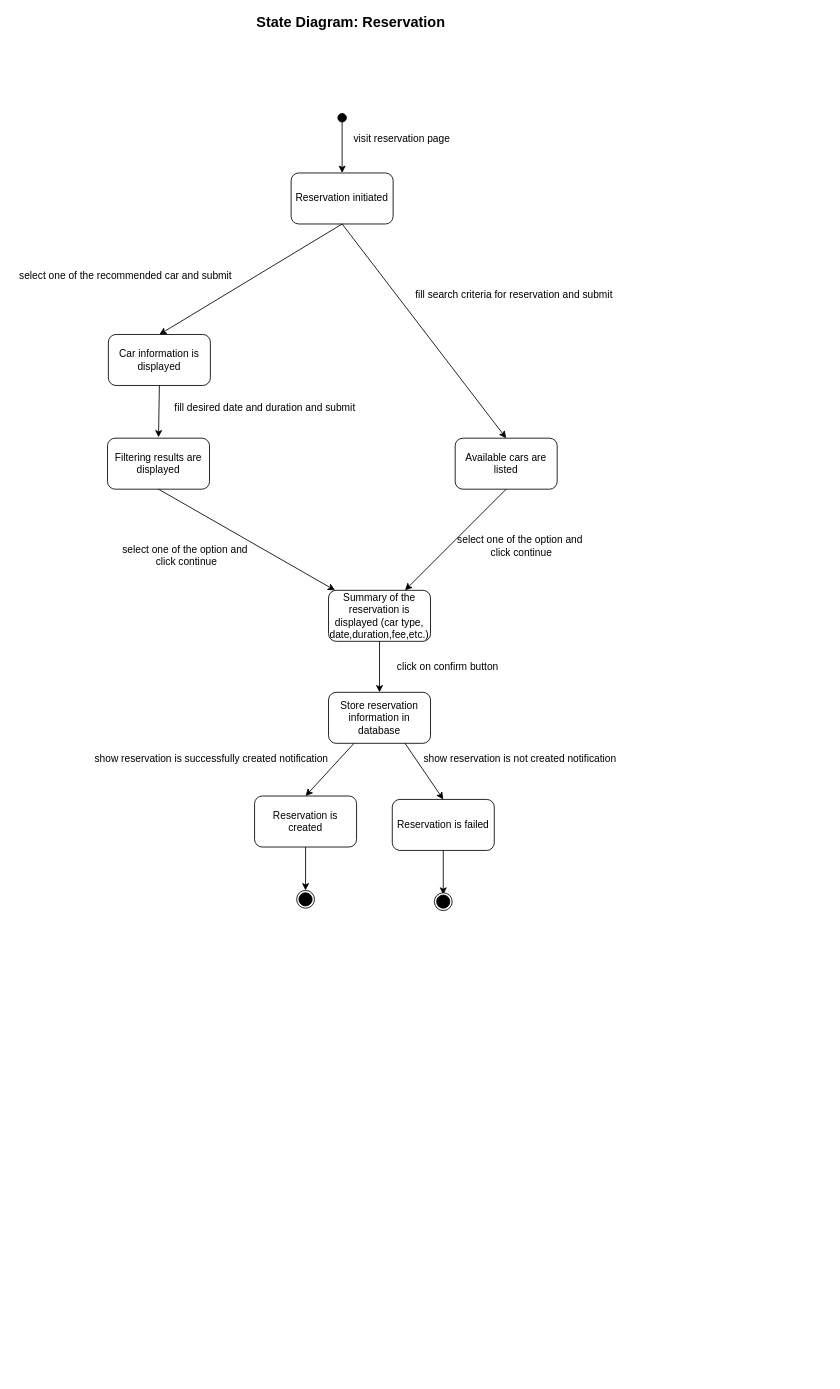
Before: State Chart Diagrams/StateChartDiagramReservation_FinalVersion.drawio in aysegulsari/SWE-530, a draw.io diagram. Source tidied: cells renumbered, new cells numbered last; positions are measured from the earlier drawing's top-left corner, leaving out a move shared by most shapes. Both pictures are drawn from the tidied source at 85%, with x=0, y=0 at pixel (14, 14).
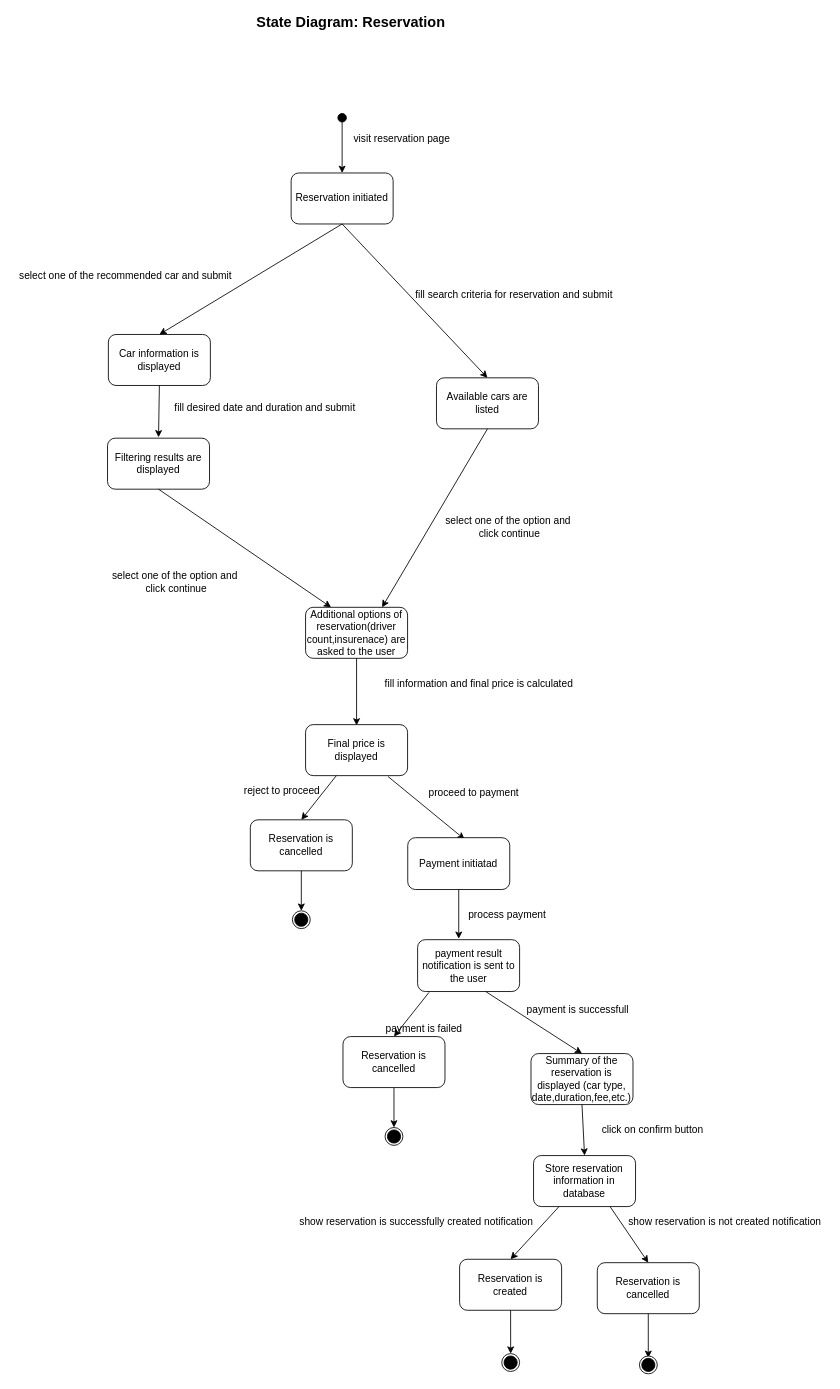
Above is the later version.

Commit message (it also covers changes not shown here):
state chart diagram is updated

Unchanged cells that the change refers to:
```xml
<mxCell id="31" value="Filtering results are displayed" style="rounded=1;whiteSpace=wrap;html=1;fillColor=#FFFFFF;" parent="1" vertex="1">
  <mxGeometry x="109" y="498" width="120" height="60" as="geometry" />
</mxCell>
```

The edit, as a diff of the source:
```diff
@@
     <mxCell id="9" value="Available cars are listed" style="rounded=1;whiteSpace=wrap;html=1;fillColor=#FFFFFF;" parent="1" vertex="1">
-      <mxGeometry x="518" y="498" width="120" height="60" as="geometry" />
+      <mxGeometry x="496" y="427" width="120" height="60" as="geometry" />
     </mxCell>
-    <mxCell id="10" style="endArrow=classic;html=1;exitX=0.5;exitY=1;exitDx=0;exitDy=0;" parent="1" edge="1" source="9" target="16">
+    <mxCell id="10" style="endArrow=classic;html=1;exitX=0.5;exitY=1;exitDx=0;exitDy=0;entryX=0.75;entryY=0;entryDx=0;entryDy=0;" parent="1" edge="1" source="9" target="36">
       <mxGeometry relative="1" as="geometry" />
     </mxCell>
     <mxCell id="11" value="select one of the option and&lt;br&gt;&amp;nbsp;click continue" style="text;html=1;align=center;verticalAlign=middle;" parent="1" vertex="1">
-      <mxGeometry x="514.5" y="609" width="158" height="32" as="geometry" />
+      <mxGeometry x="501" y="587" width="158" height="32" as="geometry" />
     </mxCell>
@@
     <mxCell id="15" value="select one of the option and&lt;br&gt;&amp;nbsp;click continue" style="text;html=1;align=center;verticalAlign=middle;" parent="1" vertex="1">
-      <mxGeometry x="121" y="620" width="158" height="32" as="geometry" />
+      <mxGeometry x="109" y="651" width="158" height="32" as="geometry" />
     </mxCell>
     <mxCell id="16" value="Summary of the reservation is displayed (car type, date,duration,fee,etc.)" style="rounded=1;whiteSpace=wrap;html=1;fillColor=#FFFFFF;" parent="1" vertex="1">
-      <mxGeometry x="369" y="677" width="120" height="60" as="geometry" />
+      <mxGeometry x="607.2" y="1222" width="120" height="60" as="geometry" />
     </mxCell>
@@
     <mxCell id="18" value="click on confirm button" style="text;html=1;align=center;verticalAlign=middle;" parent="1" vertex="1">
-      <mxGeometry x="444" y="757" width="130" height="20" as="geometry" />
+      <mxGeometry x="685.2" y="1302" width="130" height="20" as="geometry" />
     </mxCell>
     <mxCell id="19" value="Store reservation information in database" style="rounded=1;whiteSpace=wrap;html=1;fillColor=#FFFFFF;" parent="1" vertex="1">
-      <mxGeometry x="369" y="797" width="120" height="60" as="geometry" />
+      <mxGeometry x="610.2" y="1342" width="120" height="60" as="geometry" />
     </mxCell>
@@
     <mxCell id="22" value="show reservation is not created notification" style="text;html=1;align=center;verticalAlign=middle;" parent="1" vertex="1">
-      <mxGeometry x="475" y="866" width="237" height="18" as="geometry" />
+      <mxGeometry x="716.2" y="1411" width="237" height="18" as="geometry" />
     </mxCell>
     <mxCell id="23" value="show reservation is successfully created notification" style="text;html=1;align=center;verticalAlign=middle;" parent="1" vertex="1">
-      <mxGeometry x="88" y="866" width="285" height="18" as="geometry" />
+      <mxGeometry x="329.2" y="1411" width="285" height="18" as="geometry" />
     </mxCell>
     <mxCell id="24" value="Reservation is created" style="rounded=1;whiteSpace=wrap;html=1;fillColor=#FFFFFF;" parent="1" vertex="1">
-      <mxGeometry x="282" y="919" width="120" height="60" as="geometry" />
+      <mxGeometry x="523.2" y="1464" width="120" height="60" as="geometry" />
     </mxCell>
-    <mxCell id="25" value="Reservation is failed" style="rounded=1;whiteSpace=wrap;html=1;fillColor=#FFFFFF;" parent="1" vertex="1">
-      <mxGeometry x="444" y="923" width="120" height="60" as="geometry" />
+    <mxCell id="25" value="Reservation is cancelled" style="rounded=1;whiteSpace=wrap;html=1;fillColor=#FFFFFF;" parent="1" vertex="1">
+      <mxGeometry x="685.2" y="1468" width="120" height="60" as="geometry" />
     </mxCell>
@@
     <mxCell id="27" style="endArrow=classic;html=1;exitX=0.5;exitY=1;exitDx=0;exitDy=0;" parent="1" edge="1" source="25">
       <mxGeometry relative="1" as="geometry">
-        <mxPoint x="504" y="1035" as="targetPoint" />
+        <mxPoint x="745.2" y="1580" as="targetPoint" />
       </mxGeometry>
     </mxCell>
     <mxCell id="28" style="ellipse;whiteSpace=wrap;html=1;" parent="1" vertex="1">
-      <mxGeometry x="331.5" y="1030" width="21" height="21" as="geometry" />
+      <mxGeometry x="572.8" y="1575" width="21" height="21" as="geometry" />
     </mxCell>
     <mxCell id="29" style="ellipse;whiteSpace=wrap;html=1;fillColor=#000000;" parent="1" vertex="1">
-      <mxGeometry x="334.2" y="1032.8" width="15.5" height="15.5" as="geometry" />
+      <mxGeometry x="575.5" y="1577.8" width="15.5" height="15.5" as="geometry" />
     </mxCell>
@@
-    <mxCell id="32" style="endArrow=classic;html=1;exitX=0.5;exitY=1;exitDx=0;exitDy=0;" parent="1" edge="1" source="31" target="16">
+    <mxCell id="32" style="endArrow=classic;html=1;exitX=0.5;exitY=1;exitDx=0;exitDy=0;entryX=0.25;entryY=0;entryDx=0;entryDy=0;" parent="1" edge="1" source="31" target="36">
       <mxGeometry relative="1" as="geometry" />
     </mxCell>
@@
     <mxCell id="34" style="ellipse;whiteSpace=wrap;html=1;" parent="1" vertex="1">
-      <mxGeometry x="493.5" y="1032.8" width="21" height="21" as="geometry" />
+      <mxGeometry x="734.8" y="1577.8" width="21" height="21" as="geometry" />
     </mxCell>
     <mxCell id="35" style="ellipse;whiteSpace=wrap;html=1;fillColor=#000000;" parent="1" vertex="1">
-      <mxGeometry x="496.2" y="1035.5" width="15.5" height="15.5" as="geometry" />
+      <mxGeometry x="737.5" y="1580.5" width="15.5" height="15.5" as="geometry" />
     </mxCell>
+    <mxCell id="36" value="Additional options of reservation(driver count,insurenace) are asked to the user" style="rounded=1;whiteSpace=wrap;html=1;fillColor=#FFFFFF;" parent="1" vertex="1">
+      <mxGeometry x="342" y="697" width="120" height="60" as="geometry" />
+    </mxCell>
+    <mxCell id="37" style="endArrow=classic;html=1;exitX=0.5;exitY=1;exitDx=0;exitDy=0;" parent="1" edge="1" source="36">
+      <mxGeometry relative="1" as="geometry">
+        <mxPoint x="402" y="836" as="targetPoint" />
+      </mxGeometry>
+    </mxCell>
+    <mxCell id="38" value="&amp;nbsp;fill information and final price is calculated" style="text;html=1;align=center;verticalAlign=middle;" parent="1" vertex="1">
+      <mxGeometry x="426.5" y="778" width="235" height="18" as="geometry" />
+    </mxCell>
+    <mxCell id="39" value="Final price is displayed" style="rounded=1;whiteSpace=wrap;html=1;fillColor=#FFFFFF;" parent="1" vertex="1">
+      <mxGeometry x="342" y="835" width="120" height="60" as="geometry" />
+    </mxCell>
+    <mxCell id="40" style="endArrow=classic;html=1;exitX=0.808;exitY=1.017;exitDx=0;exitDy=0;entryX=0.558;entryY=0.033;entryDx=0;entryDy=0;entryPerimeter=0;exitPerimeter=0;" parent="1" edge="1" source="39" target="42">
+      <mxGeometry relative="1" as="geometry" />
+    </mxCell>
+    <mxCell id="41" value="&amp;nbsp;proceed to payment" style="text;html=1;align=center;verticalAlign=middle;" parent="1" vertex="1">
+      <mxGeometry x="478.2" y="907" width="119" height="18" as="geometry" />
+    </mxCell>
+    <mxCell id="42" value="Payment initiatad" style="rounded=1;whiteSpace=wrap;html=1;fillColor=#FFFFFF;" parent="1" vertex="1">
+      <mxGeometry x="462.2" y="968" width="120" height="61" as="geometry" />
+    </mxCell>
+    <mxCell id="43" style="endArrow=classic;html=1;exitX=0.5;exitY=1;exitDx=0;exitDy=0;" parent="1" edge="1" source="42">
+      <mxGeometry relative="1" as="geometry">
+        <mxPoint x="522.2" y="1087" as="targetPoint" />
+      </mxGeometry>
+    </mxCell>
+    <mxCell id="44" style="endArrow=classic;html=1;entryX=0.5;entryY=0;entryDx=0;entryDy=0;" parent="1" edge="1" source="39" target="45">
+      <mxGeometry relative="1" as="geometry" />
+    </mxCell>
+    <mxCell id="45" value="Reservation is cancelled" style="rounded=1;whiteSpace=wrap;html=1;fillColor=#FFFFFF;" parent="1" vertex="1">
+      <mxGeometry x="277" y="947" width="120" height="60" as="geometry" />
+    </mxCell>
+    <mxCell id="46" value="reject to proceed" style="text;html=1;align=center;verticalAlign=middle;" parent="1" vertex="1">
+      <mxGeometry x="264" y="904" width="99" height="18" as="geometry" />
+    </mxCell>
+    <mxCell id="47" style="endArrow=classic;html=1;exitX=0.5;exitY=1;exitDx=0;exitDy=0;entryX=0.5;entryY=0;entryDx=0;entryDy=0;" parent="1" edge="1" source="45" target="48">
+      <mxGeometry relative="1" as="geometry" />
+    </mxCell>
+    <mxCell id="48" style="ellipse;whiteSpace=wrap;html=1;" parent="1" vertex="1">
+      <mxGeometry x="326.5" y="1054" width="21" height="21" as="geometry" />
+    </mxCell>
+    <mxCell id="49" style="ellipse;whiteSpace=wrap;html=1;fillColor=#000000;" parent="1" vertex="1">
+      <mxGeometry x="329.2" y="1056.8" width="15.5" height="15.5" as="geometry" />
+    </mxCell>
+    <mxCell id="50" value="process payment" style="text;html=1;align=center;verticalAlign=middle;" parent="1" vertex="1">
+      <mxGeometry x="528.2" y="1050" width="101" height="18" as="geometry" />
+    </mxCell>
+    <mxCell id="51" value="payment result notification is sent to the user" style="rounded=1;whiteSpace=wrap;html=1;fillColor=#FFFFFF;" parent="1" vertex="1">
+      <mxGeometry x="473.8" y="1088" width="120" height="61" as="geometry" />
+    </mxCell>
+    <mxCell id="52" style="endArrow=classic;html=1;entryX=0.5;entryY=0;entryDx=0;entryDy=0;" parent="1" edge="1">
+      <mxGeometry relative="1" as="geometry">
+        <mxPoint x="487.2" y="1150" as="sourcePoint" />
+        <mxPoint x="446" y="1202" as="targetPoint" />
+      </mxGeometry>
+    </mxCell>
+    <mxCell id="53" value="payment is failed" style="text;html=1;align=center;verticalAlign=middle;" parent="1" vertex="1">
+      <mxGeometry x="430.8" y="1184" width="100" height="18" as="geometry" />
+    </mxCell>
+    <mxCell id="54" style="endArrow=classic;html=1;exitX=0.5;exitY=1;exitDx=0;exitDy=0;entryX=0.5;entryY=0;entryDx=0;entryDy=0;" parent="1" edge="1" target="55">
+      <mxGeometry relative="1" as="geometry">
+        <mxPoint x="446" y="1262" as="sourcePoint" />
+      </mxGeometry>
+    </mxCell>
+    <mxCell id="55" style="ellipse;whiteSpace=wrap;html=1;" parent="1" vertex="1">
+      <mxGeometry x="435.5" y="1309" width="21" height="21" as="geometry" />
+    </mxCell>
+    <mxCell id="56" style="ellipse;whiteSpace=wrap;html=1;fillColor=#000000;" parent="1" vertex="1">
+      <mxGeometry x="438.3" y="1311.8" width="15.5" height="15.5" as="geometry" />
+    </mxCell>
+    <mxCell id="57" value="Reservation is cancelled" style="rounded=1;whiteSpace=wrap;html=1;fillColor=#FFFFFF;" parent="1" vertex="1">
+      <mxGeometry x="386" y="1202" width="120" height="60" as="geometry" />
+    </mxCell>
+    <mxCell id="58" style="endArrow=classic;html=1;entryX=0.5;entryY=0;entryDx=0;entryDy=0;exitX=0.667;exitY=1;exitDx=0;exitDy=0;exitPerimeter=0;" parent="1" edge="1" source="51" target="16">
+      <mxGeometry relative="1" as="geometry" />
+    </mxCell>
+    <mxCell id="59" value="payment is successfull" style="text;html=1;align=center;verticalAlign=middle;" parent="1" vertex="1">
+      <mxGeometry x="597.2" y="1162" width="130" height="18" as="geometry" />
+    </mxCell>
```
